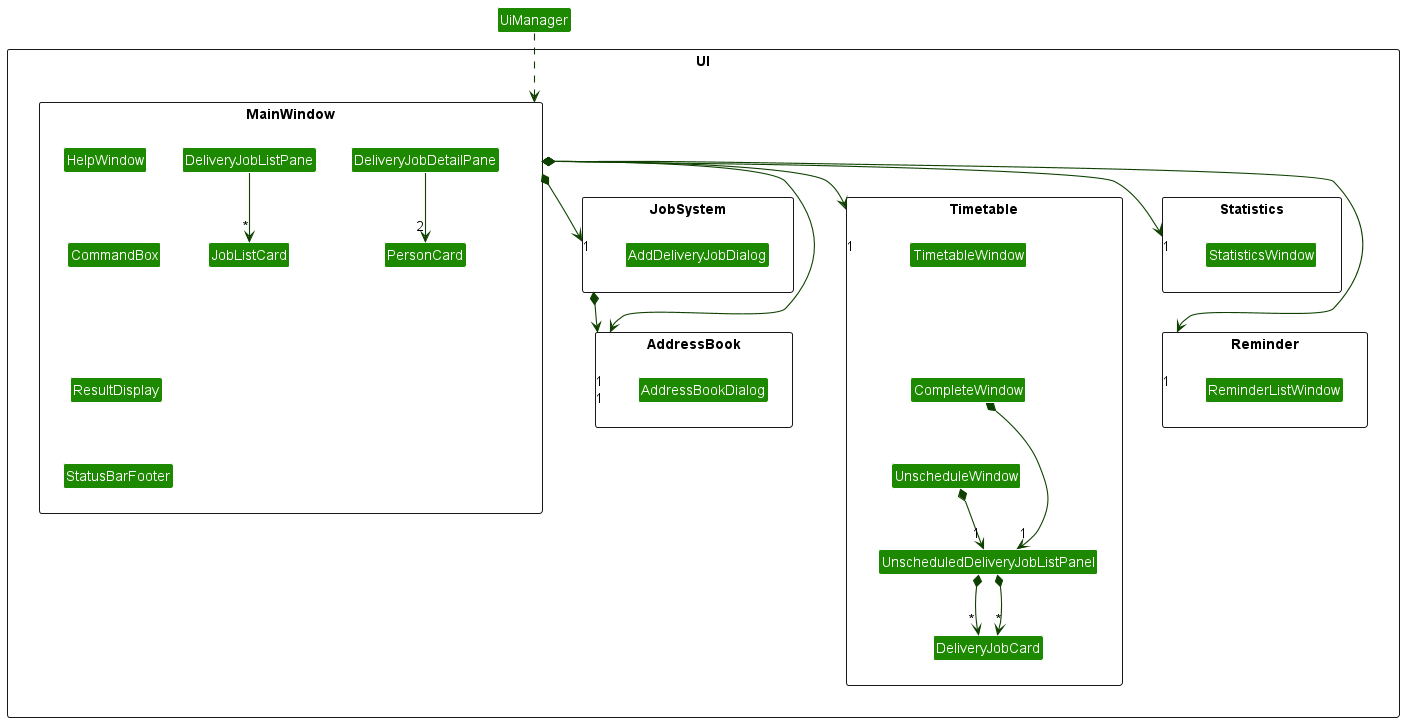
Before: docs/images/UiClassDiagramMainWindow.png, a diagram exported from PlantUML (nus-cs2103-AY2223S2/tp).
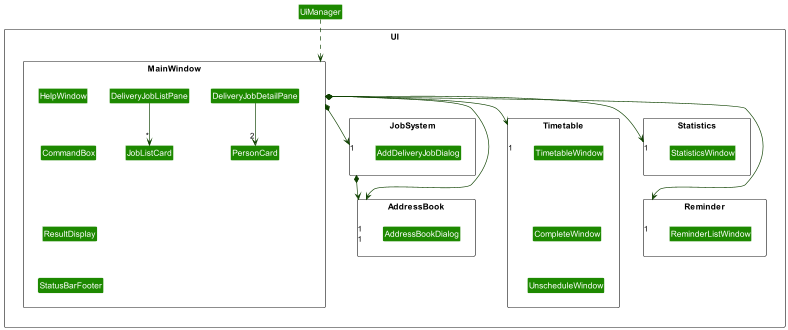
The same file after the commit.

Commit message:
Update Main Window UI Main Window UI image is not updated.

Let's update the img

Diff of the diagram source:
```diff
@@ -33,8 +33,6 @@
 Class TimetableWindow
 Class CompleteWindow
 Class UnscheduleWindow
-Class UnscheduledDeliveryJobListPanel
-Class DeliveryJobCard
 }
 
 package Reminder <<Rectangle>> {
@@ -64,11 +62,7 @@
 TimetableWindow -[hidden]- CompleteWindow
 CompleteWindow -[hidden]- UnscheduleWindow
 
-CompleteWindow *-down-> "1" UnscheduledDeliveryJobListPanel
-UnscheduledDeliveryJobListPanel *-down-> "*" DeliveryJobCard
 
-UnscheduleWindow *-down-> "1" UnscheduledDeliveryJobListPanel
-UnscheduledDeliveryJobListPanel *-down-> "*" DeliveryJobCard
 
 JobSystem *-down-> "1" AddressBook
 Statistics -[hidden]down- Reminder
```
